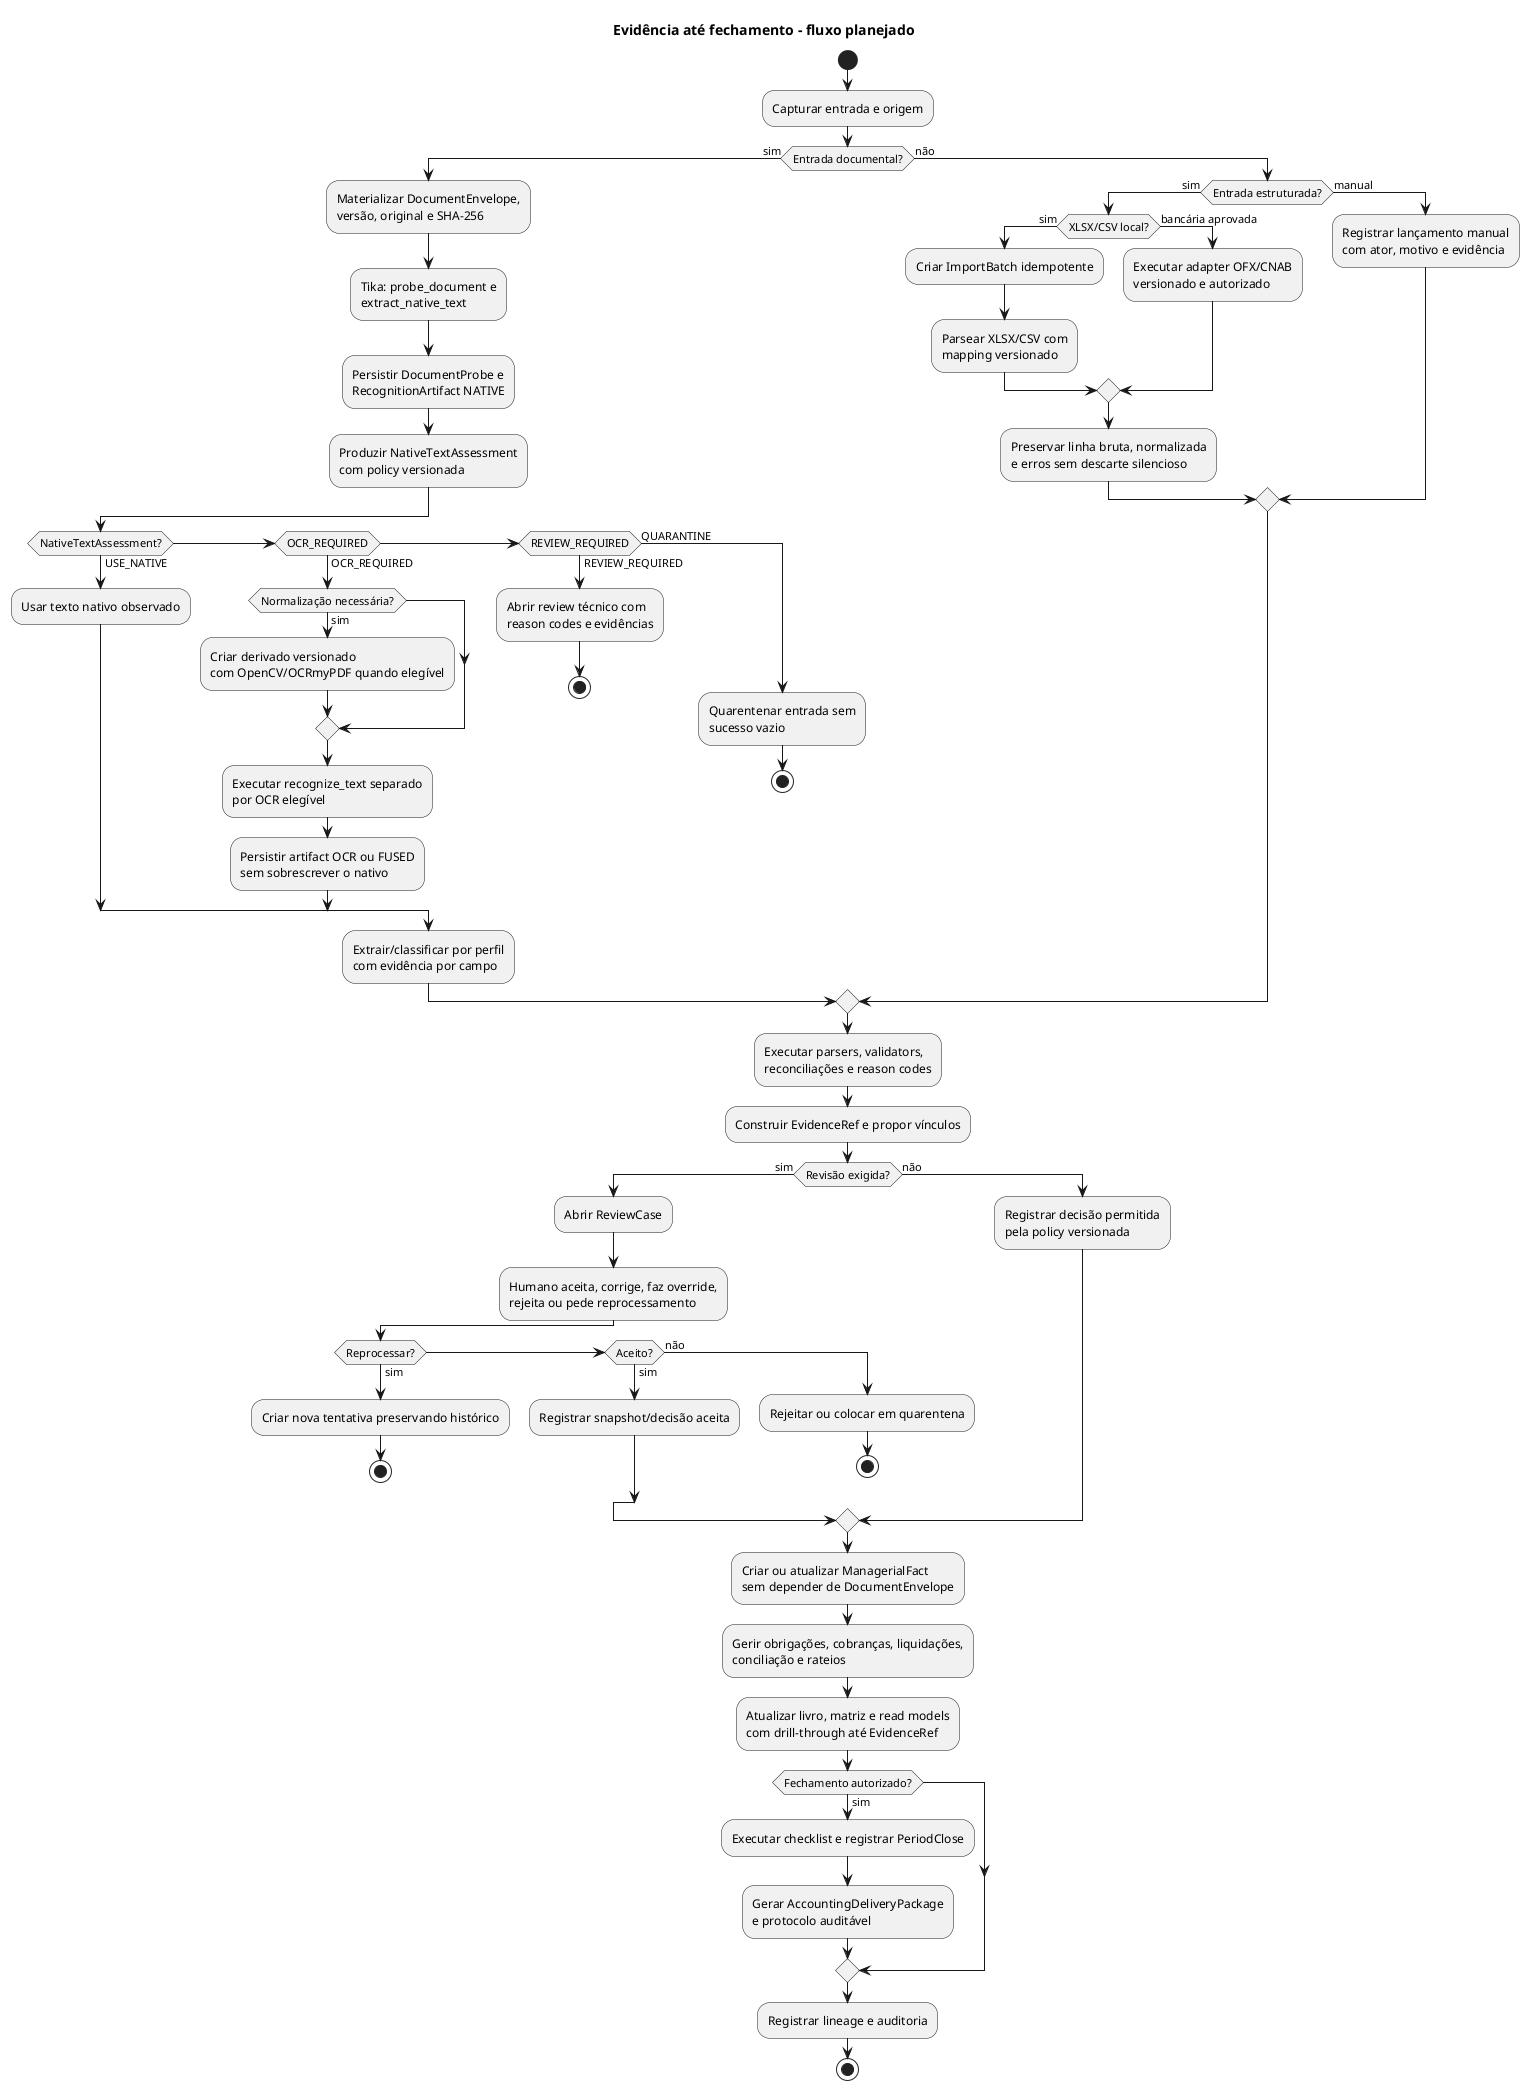
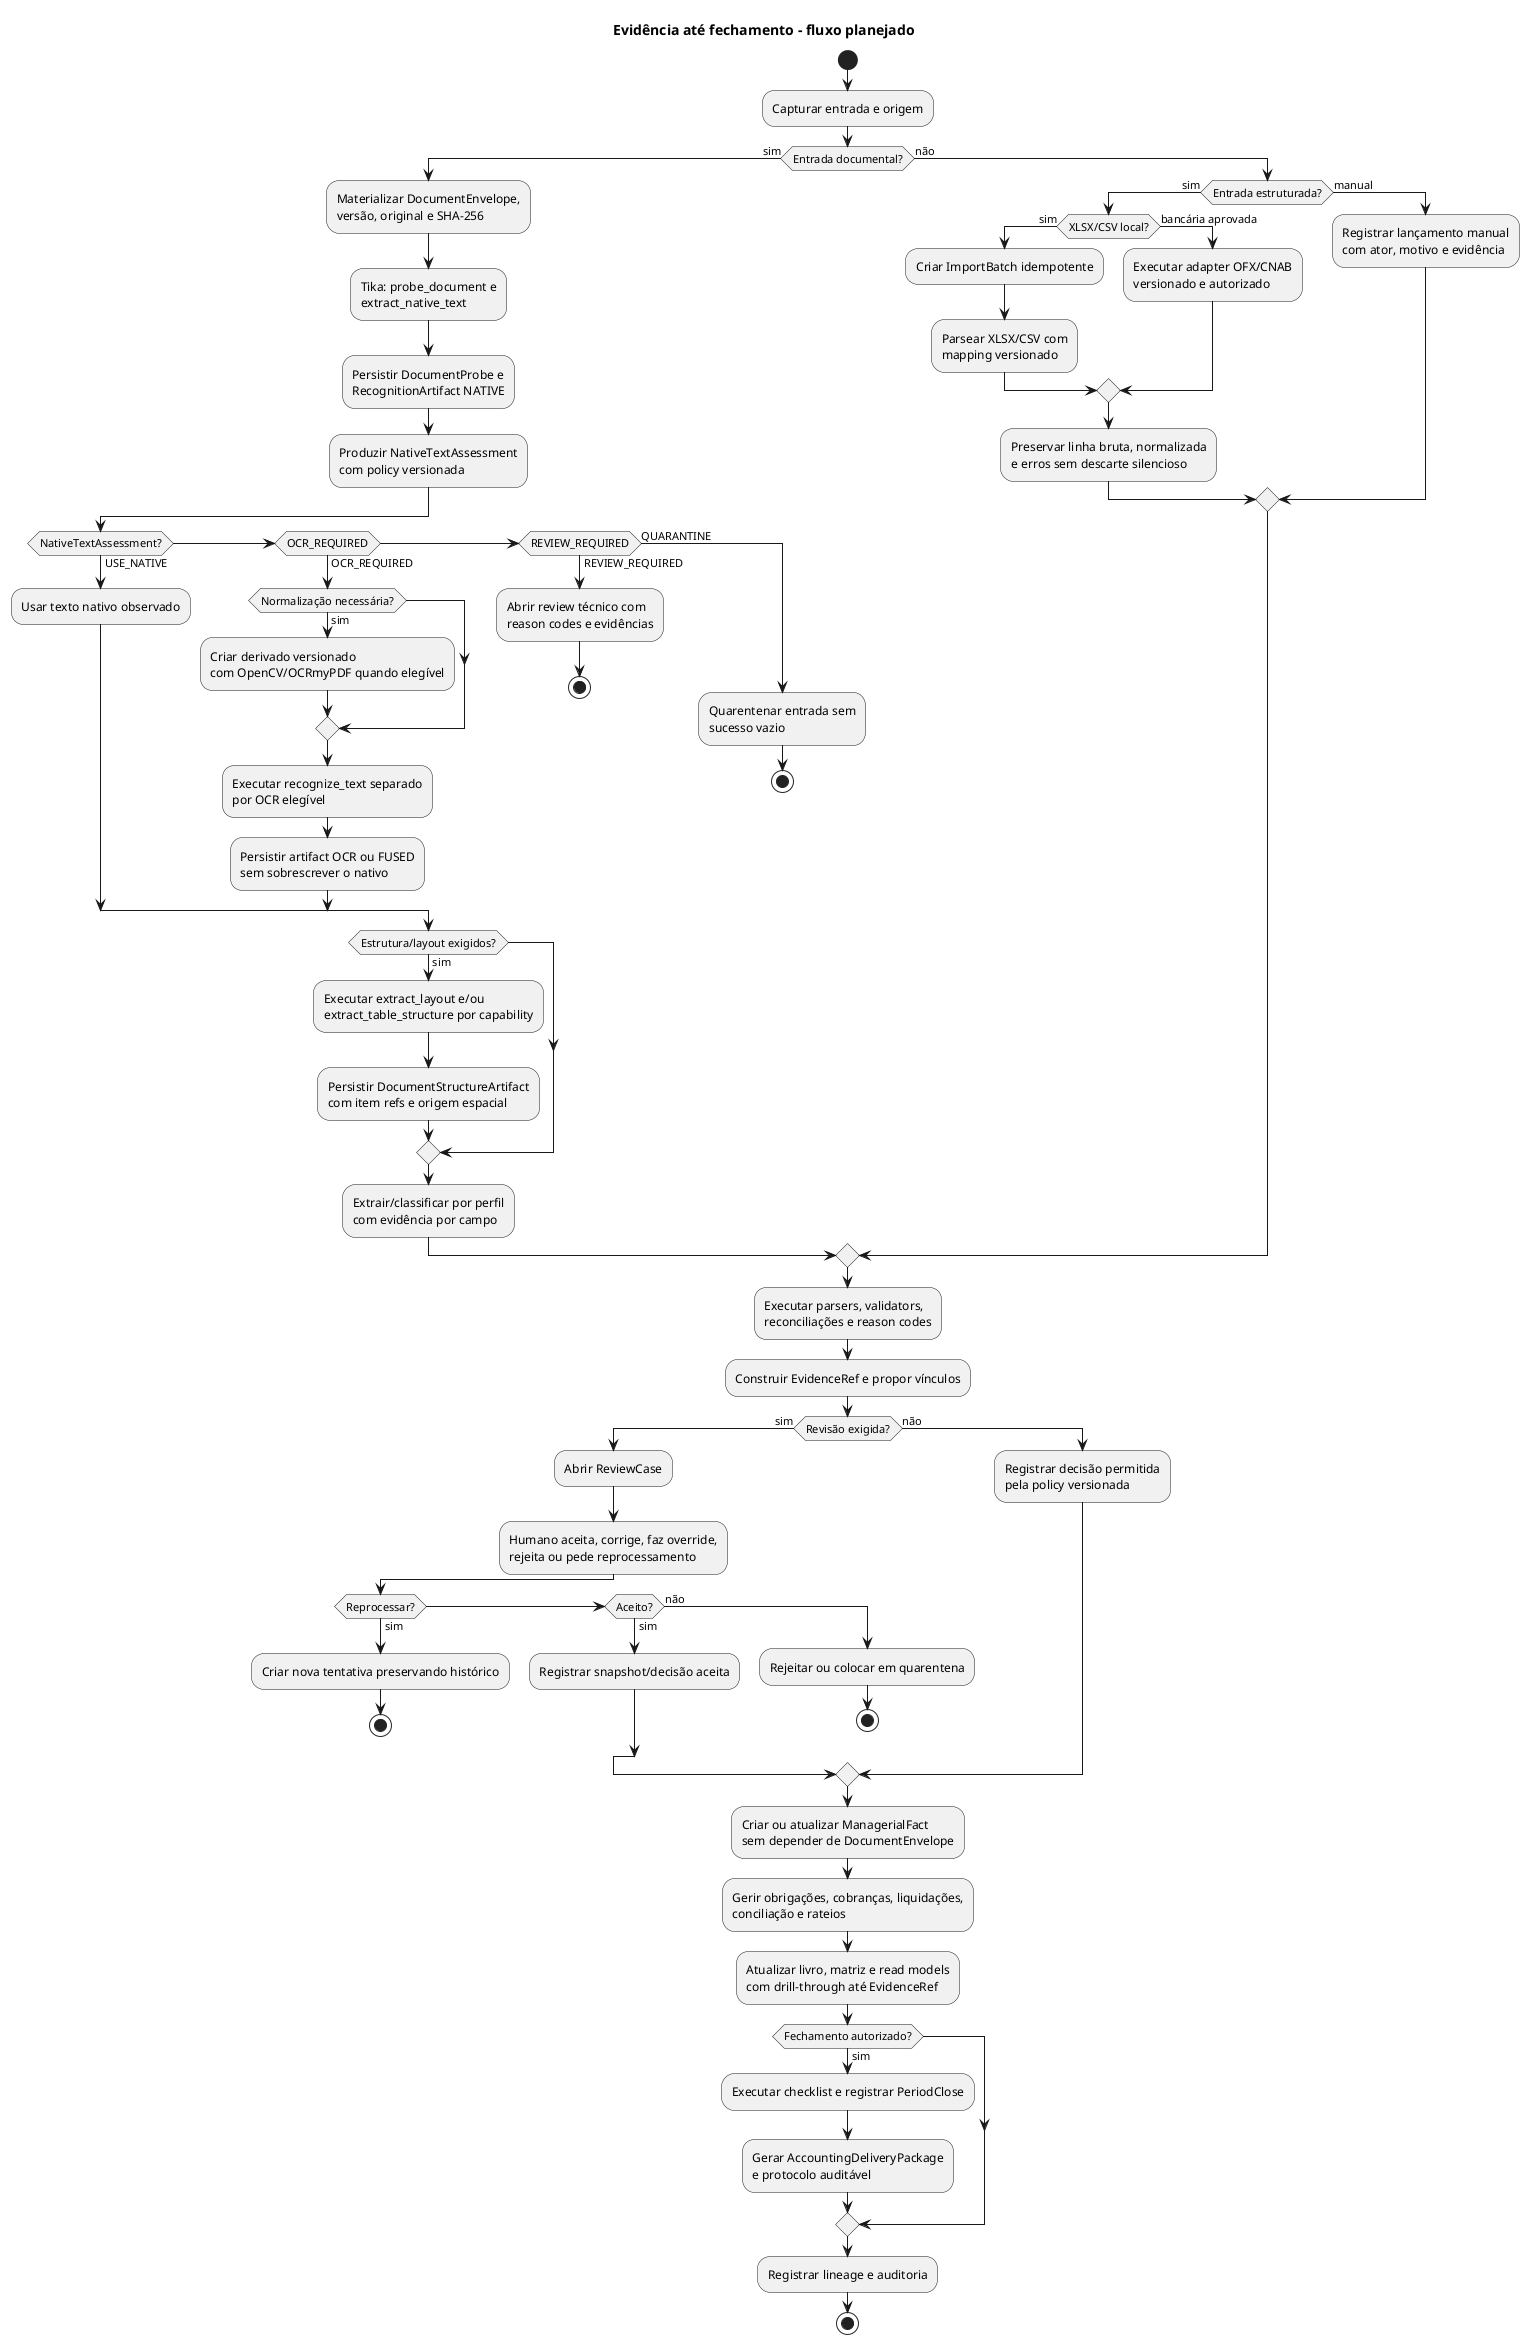
@startuml
- ' Issues #22 and #73
+ ' Issues #22, #73, #88 and #89
' Related ADRs: ADR-0012, ADR-0013, ADR-0016 (proposed)
' Guardrail: planned business flow; states and actions are not implemented contracts.

title Evidência até fechamento - fluxo planejado

start
:Capturar entrada e origem;

if (Entrada documental?) then (sim)
  :Materializar DocumentEnvelope,\nversão, original e SHA-256;
  :Tika: probe_document e\nextract_native_text;
  :Persistir DocumentProbe e\nRecognitionArtifact NATIVE;
  :Produzir NativeTextAssessment\ncom policy versionada;
  if (NativeTextAssessment?) then (USE_NATIVE)
    :Usar texto nativo observado;
  elseif (OCR_REQUIRED) then (OCR_REQUIRED)
    if (Normalização necessária?) then (sim)
      :Criar derivado versionado\ncom OpenCV/OCRmyPDF quando elegível;
    endif
    :Executar recognize_text separado\npor OCR elegível;
    :Persistir artifact OCR ou FUSED\nsem sobrescrever o nativo;
  elseif (REVIEW_REQUIRED) then (REVIEW_REQUIRED)
    :Abrir review técnico com\nreason codes e evidências;
    stop
  else (QUARANTINE)
    :Quarentenar entrada sem\nsucesso vazio;
    stop
+   endif
+   if (Estrutura/layout exigidos?) then (sim)
+     :Executar extract_layout e/ou\nextract_table_structure por capability;
+     :Persistir DocumentStructureArtifact\ncom item refs e origem espacial;
  endif
  :Extrair/classificar por perfil\ncom evidência por campo;
else (não)
  if (Entrada estruturada?) then (sim)
    if (XLSX/CSV local?) then (sim)
      :Criar ImportBatch idempotente;
      :Parsear XLSX/CSV com\nmapping versionado;
    else (bancária aprovada)
      :Executar adapter OFX/CNAB\nversionado e autorizado;
    endif
    :Preservar linha bruta, normalizada\ne erros sem descarte silencioso;
  else (manual)
    :Registrar lançamento manual\ncom ator, motivo e evidência;
  endif
endif

:Executar parsers, validators,\nreconciliações e reason codes;
:Construir EvidenceRef e propor vínculos;

if (Revisão exigida?) then (sim)
  :Abrir ReviewCase;
  :Humano aceita, corrige, faz override,\nrejeita ou pede reprocessamento;
  if (Reprocessar?) then (sim)
    :Criar nova tentativa preservando histórico;
    stop
  elseif (Aceito?) then (sim)
    :Registrar snapshot/decisão aceita;
  else (não)
    :Rejeitar ou colocar em quarentena;
    stop
  endif
else (não)
  :Registrar decisão permitida\npela policy versionada;
endif

:Criar ou atualizar ManagerialFact\nsem depender de DocumentEnvelope;
:Gerir obrigações, cobranças, liquidações,\nconciliação e rateios;
:Atualizar livro, matriz e read models\ncom drill-through até EvidenceRef;

if (Fechamento autorizado?) then (sim)
  :Executar checklist e registrar PeriodClose;
  :Gerar AccountingDeliveryPackage\ne protocolo auditável;
endif

:Registrar lineage e auditoria;
stop

@enduml
